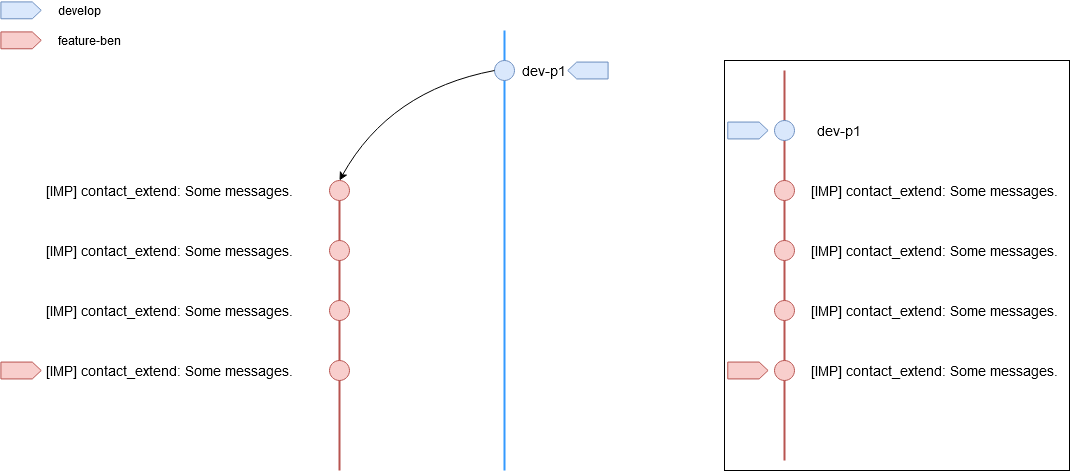
alreadytakenn/images keeps this draw.io diagram as gitBranchModel/createPersonalBranch.png. Above is the earlier version. Source tidied: cells renumbered, new cells last; positions are measured from the earlier drawing's top-left corner, leaving out a move shared by most shapes.
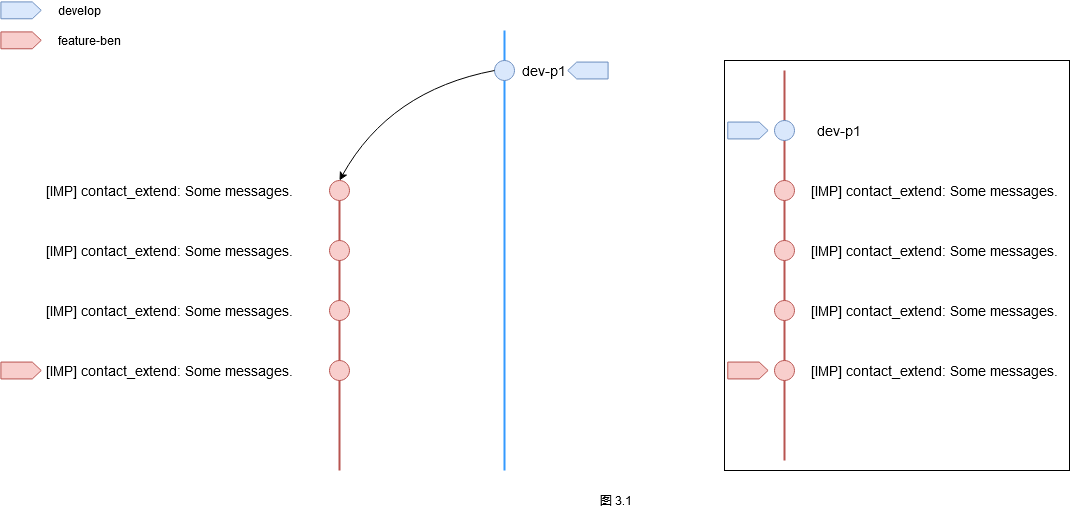
Later version of the same file.

The edit, as a diff of the source:
```diff
@@ -105,5 +105,8 @@
     <mxCell id="34" style="shape=offPageConnector;whiteSpace=wrap;html=1;fillColor=#dae8fc;rotation=-90;size=0.22148571428571553;strokeColor=#6c8ebf;" parent="1" vertex="1">
       <mxGeometry x="727" y="119.8" width="16.9" height="40.3" as="geometry" />
     </mxCell>
+    <mxCell id="35" value="&lt;div&gt;图 3.1&lt;/div&gt;" style="text;html=1;strokeColor=none;fillColor=none;align=center;verticalAlign=middle;whiteSpace=wrap;rounded=0;" parent="1" vertex="1">
+      <mxGeometry x="584" y="500" width="40" height="20" as="geometry" />
+    </mxCell>
   </root>
 </mxGraphModel>
```
